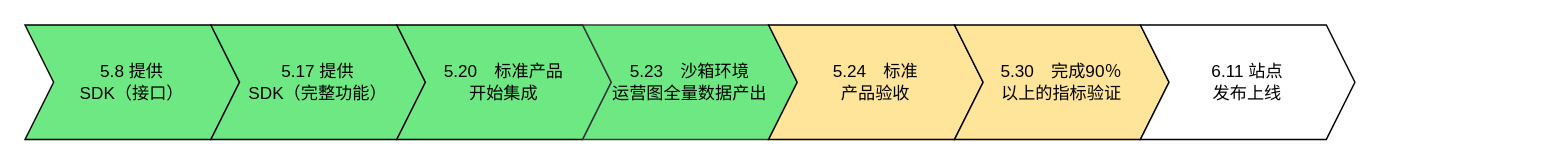
Earlier version of the draw.io diagram tng_ana.drawio (learn2Pro/draw_io_save). Source tidied: cells renumbered, new cells numbered last; positions are measured from the earlier drawing's top-left corner, leaving out a move shared by most shapes. Both pictures are drawn from the tidied source at 143%, with x=0, y=0 at pixel (24, 24).
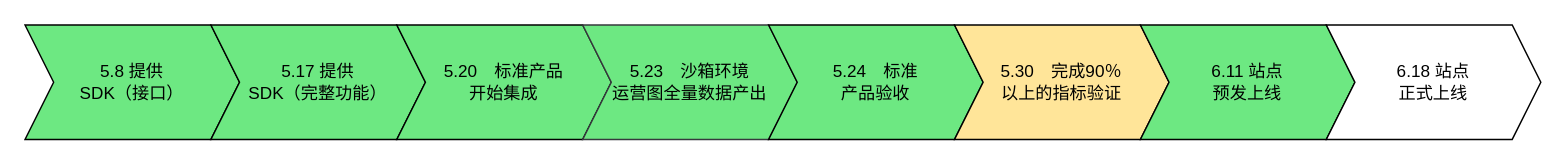
Above is the later version.

What changed in the source:
```diff
@@
 <mxGraphModel>
   <root>
     <mxCell id="0" />
     <mxCell id="1" parent="0" />
     <mxCell id="2" value="&lt;span&gt;5.8 提供&lt;br&gt;SDK（接口）&lt;/span&gt;" style="shape=step;perimeter=stepPerimeter;whiteSpace=wrap;html=1;fixedSize=1;fillColor=#6DE882;strokeColor=#000000;gradientColor=none;" parent="1" vertex="1">
       <mxGeometry width="150" height="80" as="geometry" />
     </mxCell>
     <mxCell id="3" value="&lt;span&gt;5.17 提供&lt;br&gt;SDK（完整功能）&lt;/span&gt;&lt;br&gt;" style="shape=step;perimeter=stepPerimeter;whiteSpace=wrap;html=1;fixedSize=1;fillColor=#6DE882;" parent="1" vertex="1">
       <mxGeometry x="130" width="150" height="80" as="geometry" />
     </mxCell>
     <mxCell id="4" value="&lt;span&gt; 5.20　标准产品&lt;br&gt;开始集成　&lt;/span&gt;&lt;br&gt;" style="shape=step;perimeter=stepPerimeter;whiteSpace=wrap;html=1;fixedSize=1;fillColor=#6DE882;" parent="1" vertex="1">
       <mxGeometry x="260" width="150" height="80" as="geometry" />
     </mxCell>
     <mxCell id="5" value="&lt;span&gt; 5.23　沙箱环境&lt;br&gt;运营图全量数据产出 &lt;/span&gt;&lt;br&gt;" style="shape=step;perimeter=stepPerimeter;whiteSpace=wrap;html=1;fixedSize=1;fillColor=#6DE882;strokeColor=#36393d;" parent="1" vertex="1">
       <mxGeometry x="390" width="150" height="80" as="geometry" />
     </mxCell>
-    <mxCell id="6" value="&lt;span&gt;5.24　标准&lt;br&gt;产品验收&lt;/span&gt;&lt;br&gt;" style="shape=step;perimeter=stepPerimeter;whiteSpace=wrap;html=1;fixedSize=1;fillColor=#FFE599;" parent="1" vertex="1">
+    <mxCell id="6" value="&lt;span&gt;5.24　标准&lt;br&gt;产品验收&lt;/span&gt;&lt;br&gt;" style="shape=step;perimeter=stepPerimeter;whiteSpace=wrap;html=1;fixedSize=1;fillColor=#6DE882;" parent="1" vertex="1">
       <mxGeometry x="520" width="150" height="80" as="geometry" />
     </mxCell>
     <mxCell id="7" value="&lt;span&gt;5.30　完成90％&lt;br&gt;以上的指标验证&lt;/span&gt;&lt;br&gt;" style="shape=step;perimeter=stepPerimeter;whiteSpace=wrap;html=1;fixedSize=1;fillColor=#FFE599;" parent="1" vertex="1">
       <mxGeometry x="650" width="150" height="80" as="geometry" />
     </mxCell>
-    <mxCell id="8" value="&lt;span&gt;6.11 站点&lt;br&gt;发布上线&lt;/span&gt;&lt;br&gt;" style="shape=step;perimeter=stepPerimeter;whiteSpace=wrap;html=1;fixedSize=1;" parent="1" vertex="1">
+    <mxCell id="8" value="&lt;span&gt;6.11 站点&lt;br&gt;预发上线&lt;/span&gt;&lt;br&gt;" style="shape=step;perimeter=stepPerimeter;whiteSpace=wrap;html=1;fixedSize=1;fillColor=#6DE882;" parent="1" vertex="1">
       <mxGeometry x="780" width="150" height="80" as="geometry" />
     </mxCell>
+    <mxCell id="9" value="6.18 站点&lt;br&gt;正式上线&lt;br&gt;" style="shape=step;perimeter=stepPerimeter;whiteSpace=wrap;html=1;fixedSize=1;" parent="1" vertex="1">
+      <mxGeometry x="910" width="150" height="80" as="geometry" />
+    </mxCell>
   </root>
 </mxGraphModel>
```
